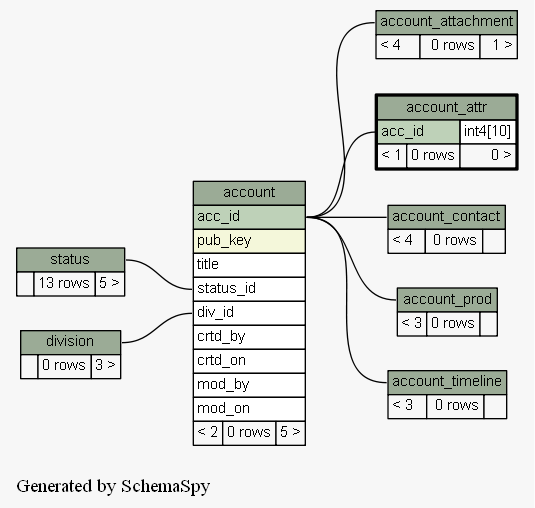
Above: docs/database/schemaspy/graphs/account_attr.2degrees.png in engineerscraft/salesforce (Graphviz), before the change. Its source is kept beside it as docs/database/schemaspy/graphs/account_attr.2degrees.dot.
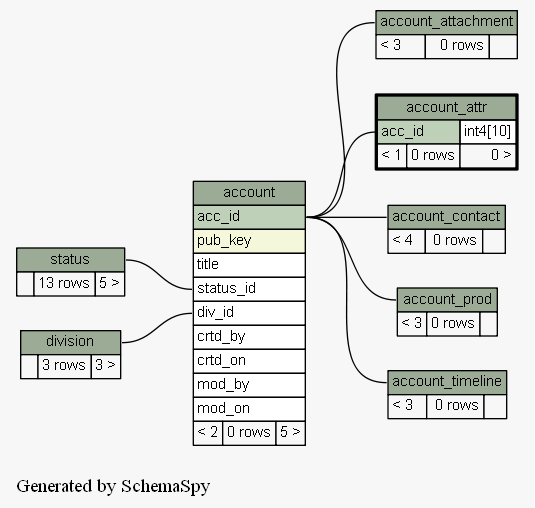
After the change.

What changed in the source:
```diff
@@ -42,7 +42,7 @@
     label=<
     <TABLE BORDER="0" CELLBORDER="1" CELLSPACING="0" BGCOLOR="#ffffff">
       <TR><TD PORT="account_attachment.heading" COLSPAN="3" BGCOLOR="#9bab96" ALIGN="CENTER">account_attachment</TD></TR>
-      <TR><TD ALIGN="LEFT" BGCOLOR="#f7f7f7">&lt; 4</TD><TD ALIGN="RIGHT" BGCOLOR="#f7f7f7">0 rows</TD><TD ALIGN="RIGHT" BGCOLOR="#f7f7f7">1 &gt;</TD></TR>
+      <TR><TD ALIGN="LEFT" BGCOLOR="#f7f7f7">&lt; 3</TD><TD ALIGN="RIGHT" BGCOLOR="#f7f7f7">0 rows</TD><TD ALIGN="RIGHT" BGCOLOR="#f7f7f7">  </TD></TR>
     </TABLE>>
     URL="account_attachment.html#graph"
     tooltip="account_attachment"
@@ -88,7 +88,7 @@
     label=<
     <TABLE BORDER="0" CELLBORDER="1" CELLSPACING="0" BGCOLOR="#ffffff">
       <TR><TD PORT="division.heading" COLSPAN="3" BGCOLOR="#9bab96" ALIGN="CENTER">division</TD></TR>
-      <TR><TD ALIGN="LEFT" BGCOLOR="#f7f7f7">  </TD><TD ALIGN="RIGHT" BGCOLOR="#f7f7f7">0 rows</TD><TD ALIGN="RIGHT" BGCOLOR="#f7f7f7">3 &gt;</TD></TR>
+      <TR><TD ALIGN="LEFT" BGCOLOR="#f7f7f7">  </TD><TD ALIGN="RIGHT" BGCOLOR="#f7f7f7">3 rows</TD><TD ALIGN="RIGHT" BGCOLOR="#f7f7f7">3 &gt;</TD></TR>
     </TABLE>>
     URL="division.html#graph"
     tooltip="division"
```
